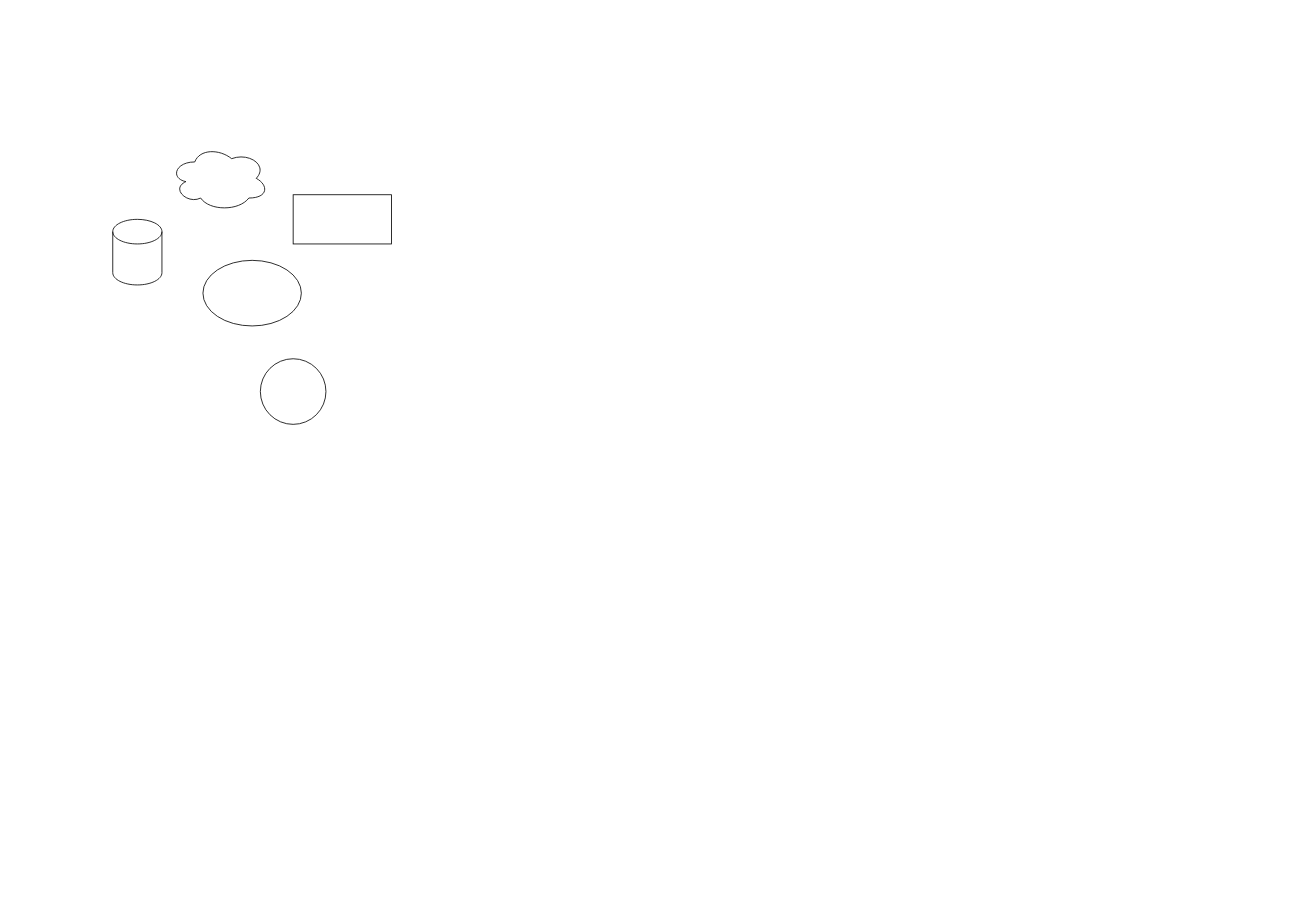
Before: Untitled Diagram.drawio in morgsdaly/random-stuff, a draw.io diagram. Source tidied: cells renumbered, new cells numbered last; positions are measured from the earlier drawing's top-left corner, leaving out a move shared by most shapes. Both pictures are drawn from the tidied source at 82%, with x=0, y=0 at pixel (112, 145).
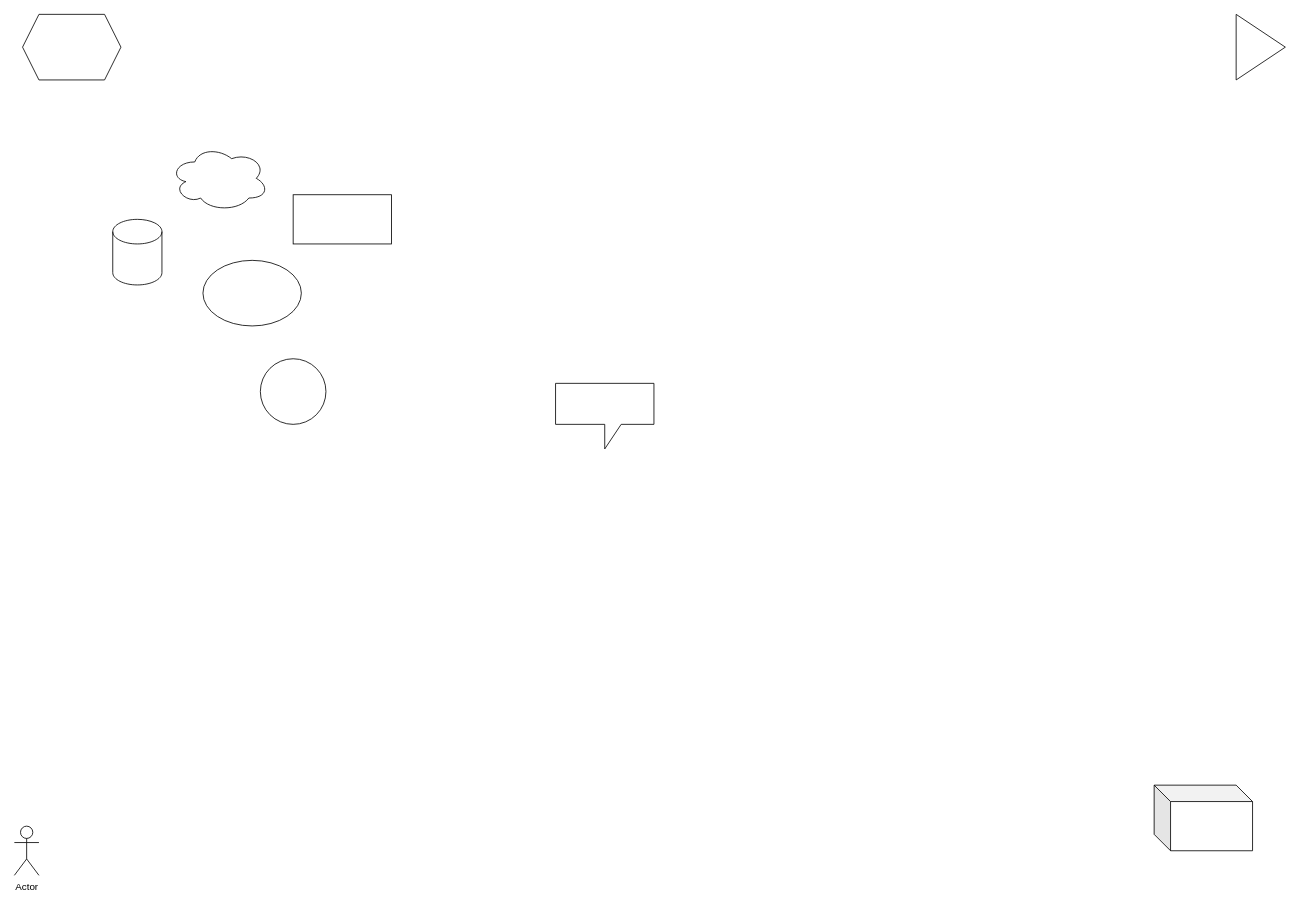
The same page after the edit.

Commit message:
Increase page to A3

What changed in the source:
```diff
@@
 <mxGraphModel>
   <root>
     <mxCell id="0" />
     <mxCell id="1" parent="0" />
     <mxCell id="2" style="rounded=0;whiteSpace=wrap;html=1;" parent="1" vertex="1">
       <mxGeometry x="220" y="60" width="120" height="60" as="geometry" />
     </mxCell>
     <mxCell id="3" style="ellipse;whiteSpace=wrap;html=1;" parent="1" vertex="1">
       <mxGeometry x="180" y="260" width="80" height="80" as="geometry" />
     </mxCell>
     <mxCell id="4" style="shape=cylinder3;whiteSpace=wrap;html=1;boundedLbl=1;backgroundOutline=1;size=15;" parent="1" vertex="1">
       <mxGeometry y="90" width="60" height="80" as="geometry" />
     </mxCell>
     <mxCell id="5" style="ellipse;whiteSpace=wrap;html=1;" parent="1" vertex="1">
       <mxGeometry x="110" y="140" width="120" height="80" as="geometry" />
     </mxCell>
     <mxCell id="6" style="ellipse;shape=cloud;whiteSpace=wrap;html=1;" parent="1" vertex="1">
       <mxGeometry x="70" width="120" height="80" as="geometry" />
     </mxCell>
+    <mxCell id="7" style="shape=callout;whiteSpace=wrap;html=1;perimeter=calloutPerimeter;" parent="1" vertex="1">
+      <mxGeometry x="540" y="290" width="120" height="80" as="geometry" />
+    </mxCell>
+    <mxCell id="8" value="Actor" style="shape=umlActor;verticalLabelPosition=bottom;verticalAlign=top;html=1;" parent="1" vertex="1">
+      <mxGeometry x="-120" y="830" width="30" height="60" as="geometry" />
+    </mxCell>
+    <mxCell id="9" style="shape=cube;whiteSpace=wrap;html=1;boundedLbl=1;backgroundOutline=1;darkOpacity=0.05;darkOpacity2=0.1;" parent="1" vertex="1">
+      <mxGeometry x="1270" y="780" width="120" height="80" as="geometry" />
+    </mxCell>
+    <mxCell id="10" style="triangle;whiteSpace=wrap;html=1;" parent="1" vertex="1">
+      <mxGeometry x="1370" y="-160" width="60" height="80" as="geometry" />
+    </mxCell>
+    <mxCell id="11" style="shape=hexagon;perimeter=hexagonPerimeter2;whiteSpace=wrap;html=1;fixedSize=1;" parent="1" vertex="1">
+      <mxGeometry x="-110" y="-160" width="120" height="80" as="geometry" />
+    </mxCell>
   </root>
 </mxGraphModel>
```
